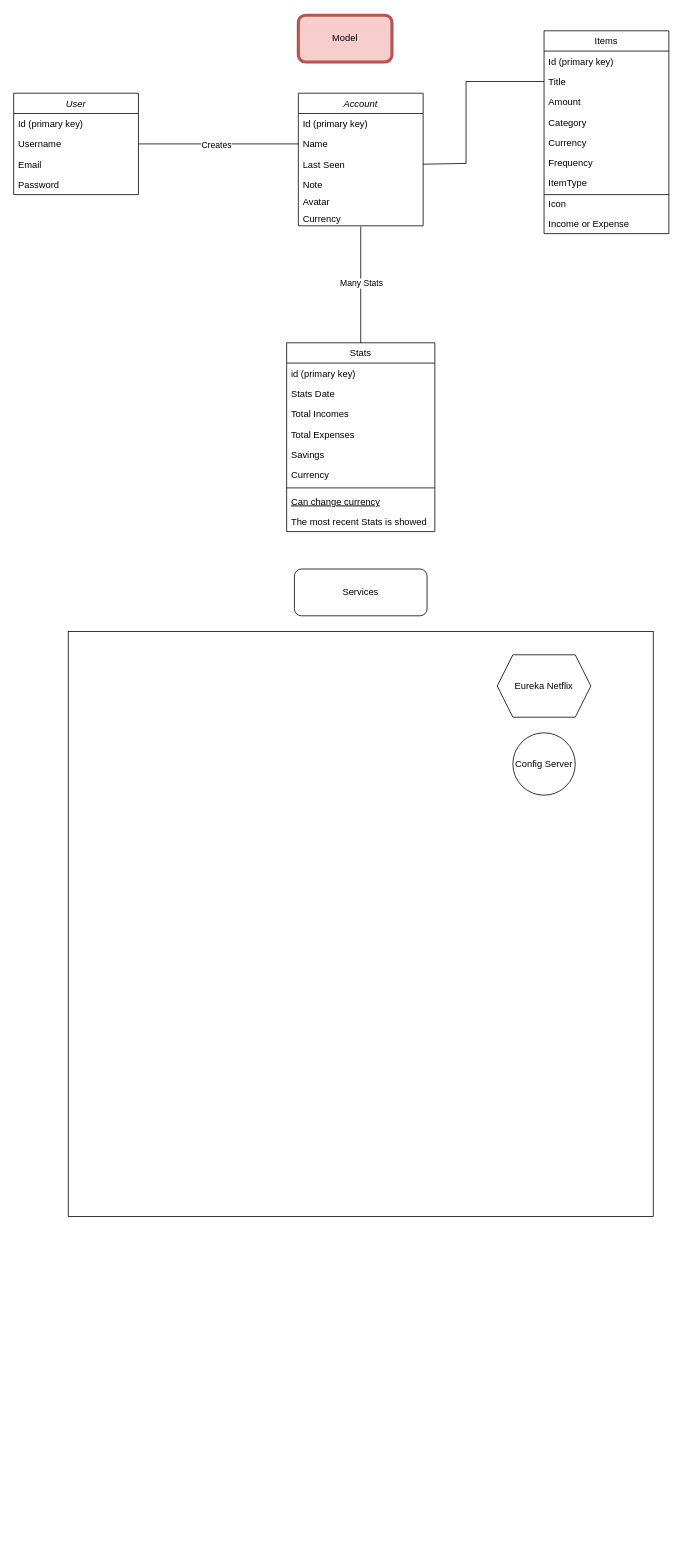
Above: Microdienste.drawio in dmsosa/microservices (draw.io), before the change. Source tidied: cells renumbered, new cells numbered last; positions are measured from the earlier drawing's top-left corner, leaving out a move shared by most shapes. Both pictures are drawn from the tidied source at 78%, with x=0, y=0 at pixel (13, 15).
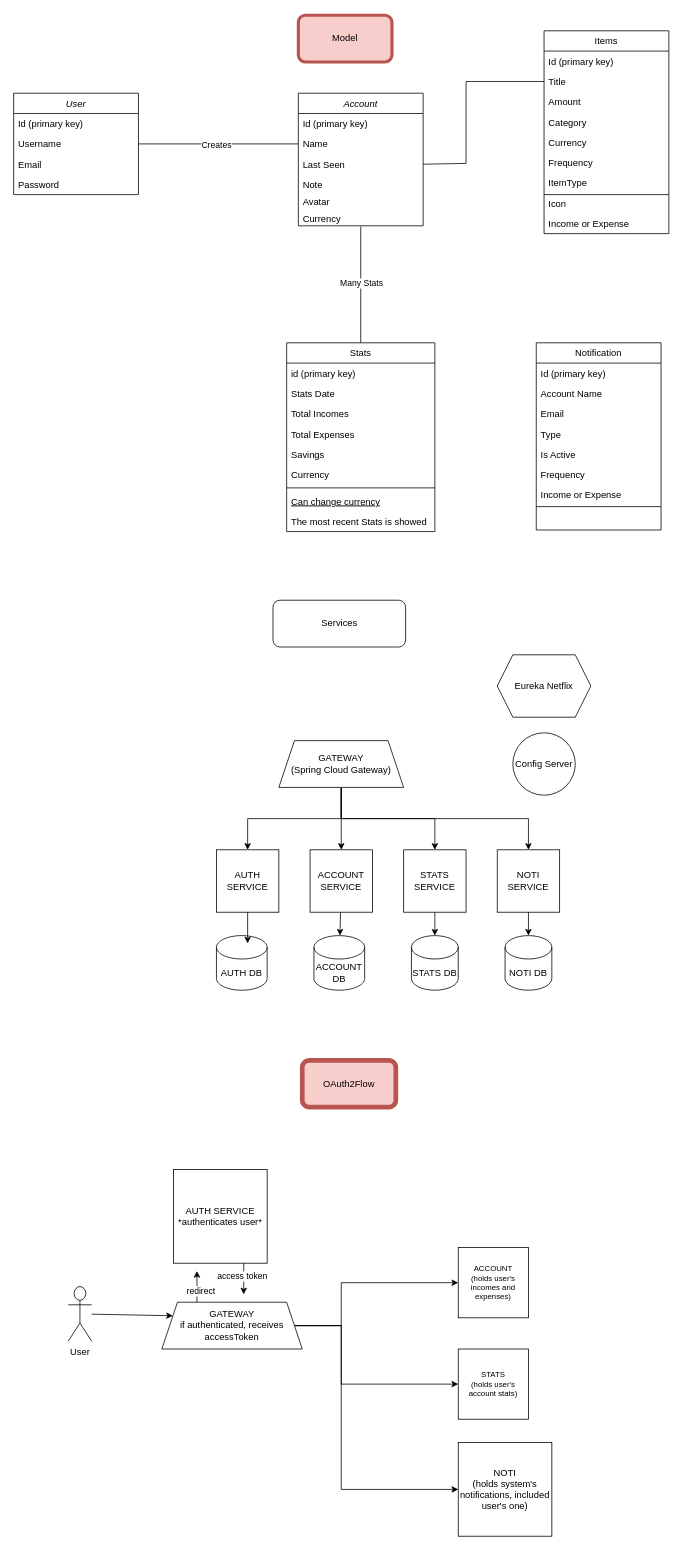
The same diagram, later.

Diff of the diagram source:
```diff
@@
     <mxCell id="41" value="Services" style="rounded=1;whiteSpace=wrap;html=1;" parent="1" vertex="1">
-      <mxGeometry x="360" y="710" width="170" height="60" as="geometry" />
+      <mxGeometry x="332.5" y="750" width="170" height="60" as="geometry" />
     </mxCell>
@@
-    <mxCell id="44" style="whiteSpace=wrap;html=1;fillColor=none;" parent="1" vertex="1">
-      <mxGeometry x="70" y="790" width="750" height="750" as="geometry" />
-    </mxCell>
+    <mxCell id="45" value="STATS SERVICE" style="whiteSpace=wrap;html=1;" parent="1" vertex="1">
+      <mxGeometry x="500" y="1070" width="80" height="80" as="geometry" />
+    </mxCell>
+    <mxCell id="46" style="edgeStyle=none;rounded=0;jettySize=auto;html=1;" parent="1" edge="1" source="47" target="54">
+      <mxGeometry relative="1" as="geometry" />
+    </mxCell>
+    <mxCell id="47" value="ACCOUNT SERVICE" style="whiteSpace=wrap;html=1;" parent="1" vertex="1">
+      <mxGeometry x="380" y="1070" width="80" height="80" as="geometry" />
+    </mxCell>
+    <mxCell id="48" value="NOTI&lt;div&gt;SERVICE&lt;/div&gt;" style="whiteSpace=wrap;html=1;" parent="1" vertex="1">
+      <mxGeometry x="620" y="1070" width="80" height="80" as="geometry" />
+    </mxCell>
+    <mxCell id="49" style="edgeStyle=none;rounded=0;jettySize=auto;html=1;exitX=0.5;exitY=1;exitDx=0;exitDy=0;entryX=0.5;entryY=0;entryDx=0;entryDy=0;" parent="1" edge="1" source="53" target="45">
+      <mxGeometry relative="1" as="geometry">
+        <Array as="points">
+          <mxPoint x="420" y="1030" />
+          <mxPoint x="540" y="1030" />
+        </Array>
+      </mxGeometry>
+    </mxCell>
+    <mxCell id="50" style="edgeStyle=none;rounded=0;jettySize=auto;html=1;entryX=0.5;entryY=0;entryDx=0;entryDy=0;" parent="1" edge="1" target="48">
+      <mxGeometry relative="1" as="geometry">
+        <mxPoint x="420" y="990" as="sourcePoint" />
+        <Array as="points">
+          <mxPoint x="420" y="1030" />
+          <mxPoint x="540" y="1030" />
+          <mxPoint x="660" y="1030" />
+        </Array>
+      </mxGeometry>
+    </mxCell>
+    <mxCell id="51" style="edgeStyle=none;rounded=0;jettySize=auto;html=1;entryX=0.5;entryY=0;entryDx=0;entryDy=0;" parent="1" edge="1" source="53" target="47">
+      <mxGeometry relative="1" as="geometry" />
+    </mxCell>
+    <mxCell id="52" style="edgeStyle=none;rounded=0;jettySize=auto;html=1;entryX=0.5;entryY=0;entryDx=0;entryDy=0;" parent="1" edge="1" source="53" target="59">
+      <mxGeometry relative="1" as="geometry">
+        <Array as="points">
+          <mxPoint x="420" y="1030" />
+          <mxPoint x="300" y="1030" />
+        </Array>
+      </mxGeometry>
+    </mxCell>
+    <mxCell id="53" value="GATEWAY&lt;div&gt;(Spring Cloud Gateway)&lt;/div&gt;" style="shape=trapezoid;perimeter=trapezoidPerimeter;whiteSpace=wrap;html=1;fixedSize=1;" parent="1" vertex="1">
+      <mxGeometry x="340" y="930" width="160" height="60" as="geometry" />
+    </mxCell>
+    <mxCell id="54" value="ACCOUNT DB" style="shape=cylinder3;whiteSpace=wrap;html=1;boundedLbl=1;backgroundOutline=1;size=15;" parent="1" vertex="1">
+      <mxGeometry x="385" y="1180" width="65" height="70" as="geometry" />
+    </mxCell>
+    <mxCell id="55" value="STATS DB" style="shape=cylinder3;whiteSpace=wrap;html=1;boundedLbl=1;backgroundOutline=1;size=15;" parent="1" vertex="1">
+      <mxGeometry x="510" y="1180" width="60" height="70" as="geometry" />
+    </mxCell>
+    <mxCell id="56" value="NOTI DB" style="shape=cylinder3;whiteSpace=wrap;html=1;boundedLbl=1;backgroundOutline=1;size=15;" parent="1" vertex="1">
+      <mxGeometry x="630" y="1180" width="60" height="70" as="geometry" />
+    </mxCell>
+    <mxCell id="57" style="edgeStyle=none;rounded=0;jettySize=auto;html=1;exitX=0.5;exitY=1;exitDx=0;exitDy=0;entryX=0.5;entryY=0;entryDx=0;entryDy=0;entryPerimeter=0;" parent="1" edge="1" source="45" target="55">
+      <mxGeometry relative="1" as="geometry" />
+    </mxCell>
+    <mxCell id="58" style="edgeStyle=none;rounded=0;jettySize=auto;html=1;exitX=0.5;exitY=1;exitDx=0;exitDy=0;entryX=0.5;entryY=0;entryDx=0;entryDy=0;entryPerimeter=0;" parent="1" edge="1" source="48" target="56">
+      <mxGeometry relative="1" as="geometry" />
+    </mxCell>
+    <mxCell id="59" value="AUTH SERVICE" style="whiteSpace=wrap;html=1;" parent="1" vertex="1">
+      <mxGeometry x="260" y="1070" width="80" height="80" as="geometry" />
+    </mxCell>
+    <mxCell id="60" value="AUTH DB" style="shape=cylinder3;whiteSpace=wrap;html=1;boundedLbl=1;backgroundOutline=1;size=15;" parent="1" vertex="1">
+      <mxGeometry x="260" y="1180" width="65" height="70" as="geometry" />
+    </mxCell>
+    <mxCell id="61" style="edgeStyle=none;rounded=0;jettySize=auto;html=1;entryX=0.615;entryY=0.143;entryDx=0;entryDy=0;entryPerimeter=0;" parent="1" edge="1" source="59" target="60">
+      <mxGeometry relative="1" as="geometry" />
+    </mxCell>
+    <mxCell id="62" value="OAuth2Flow" style="rounded=1;whiteSpace=wrap;html=1;fillColor=#f8cecc;strokeColor=#b85450;strokeWidth=6;" parent="1" vertex="1">
+      <mxGeometry x="370" y="1340" width="120" height="60" as="geometry" />
+    </mxCell>
+    <mxCell id="63" style="edgeStyle=none;rounded=0;jettySize=auto;html=1;entryX=0;entryY=0.25;entryDx=0;entryDy=0;" parent="1" edge="1" source="64" target="70">
+      <mxGeometry relative="1" as="geometry" />
+    </mxCell>
+    <mxCell id="64" value="User" style="shape=umlActor;verticalLabelPosition=bottom;verticalAlign=top;html=1;outlineConnect=0;" parent="1" vertex="1">
+      <mxGeometry x="70" y="1630" width="30" height="70" as="geometry" />
+    </mxCell>
+    <mxCell id="65" style="edgeStyle=none;rounded=0;jettySize=auto;html=1;exitX=0.25;exitY=0;exitDx=0;exitDy=0;" parent="1" edge="1" source="70">
+      <mxGeometry relative="1" as="geometry">
+        <mxPoint x="235" y="1610" as="targetPoint" />
+      </mxGeometry>
+    </mxCell>
+    <mxCell id="66" value="redirect" style="edgeLabel;html=1;align=center;verticalAlign=middle;" parent="65" vertex="1">
+      <mxGeometry x="-0.23" y="-4" relative="1" as="geometry" />
+    </mxCell>
+    <mxCell id="67" style="edgeStyle=none;rounded=0;jettySize=auto;html=1;exitX=1;exitY=0.5;exitDx=0;exitDy=0;entryX=0;entryY=0.5;entryDx=0;entryDy=0;" parent="1" edge="1" source="70" target="71">
+      <mxGeometry relative="1" as="geometry">
+        <Array as="points">
+          <mxPoint x="420" y="1680" />
+          <mxPoint x="420" y="1625" />
+        </Array>
+      </mxGeometry>
+    </mxCell>
+    <mxCell id="68" style="edgeStyle=none;rounded=0;jettySize=auto;html=1;exitX=1;exitY=0.5;exitDx=0;exitDy=0;entryX=0;entryY=0.5;entryDx=0;entryDy=0;" parent="1" edge="1" source="70" target="73">
+      <mxGeometry relative="1" as="geometry">
+        <Array as="points">
+          <mxPoint x="420" y="1680" />
+          <mxPoint x="420" y="1755" />
+        </Array>
+      </mxGeometry>
+    </mxCell>
+    <mxCell id="69" style="edgeStyle=none;rounded=0;jettySize=auto;html=1;exitX=1;exitY=0.5;exitDx=0;exitDy=0;entryX=0;entryY=0.5;entryDx=0;entryDy=0;" parent="1" edge="1" source="70" target="74">
+      <mxGeometry relative="1" as="geometry">
+        <Array as="points">
+          <mxPoint x="420" y="1680" />
+          <mxPoint x="420" y="1790" />
+          <mxPoint x="420" y="1890" />
+        </Array>
+      </mxGeometry>
+    </mxCell>
+    <mxCell id="70" value="GATEWAY&lt;div&gt;if authenticated, receives accessToken&lt;/div&gt;" style="shape=trapezoid;perimeter=trapezoidPerimeter;whiteSpace=wrap;html=1;fixedSize=1;" parent="1" vertex="1">
+      <mxGeometry x="190" y="1650" width="180" height="60" as="geometry" />
+    </mxCell>
+    <mxCell id="71" value="ACCOUNT&lt;div style=&quot;font-size: 10px;&quot;&gt;(holds user's incomes and expenses)&lt;/div&gt;" style="whiteSpace=wrap;html=1;fontSize=10;" parent="1" vertex="1">
+      <mxGeometry x="570" y="1580" width="90" height="90" as="geometry" />
+    </mxCell>
+    <mxCell id="72" style="edgeStyle=none;rounded=0;orthogonalLoop=1;jettySize=auto;html=1;exitX=1;exitY=1;exitDx=0;exitDy=0;" parent="1" edge="1" source="71" target="71">
+      <mxGeometry relative="1" as="geometry" />
+    </mxCell>
+    <mxCell id="73" value="STATS&lt;div style=&quot;font-size: 10px;&quot;&gt;(holds user's account stats)&lt;/div&gt;" style="whiteSpace=wrap;html=1;fontSize=10;" parent="1" vertex="1">
+      <mxGeometry x="570" y="1710" width="90" height="90" as="geometry" />
+    </mxCell>
+    <mxCell id="74" value="NOTI&lt;div&gt;(holds system's notifications, included user's one)&lt;/div&gt;" style="whiteSpace=wrap;html=1;" parent="1" vertex="1">
+      <mxGeometry x="570" y="1830" width="120" height="120" as="geometry" />
+    </mxCell>
+    <mxCell id="75" style="edgeStyle=none;rounded=0;jettySize=auto;html=1;exitX=0.75;exitY=1;exitDx=0;exitDy=0;" parent="1" edge="1" source="77">
+      <mxGeometry relative="1" as="geometry">
+        <mxPoint x="295" y="1640" as="targetPoint" />
+      </mxGeometry>
+    </mxCell>
+    <mxCell id="76" value="access token" style="edgeLabel;html=1;align=center;verticalAlign=middle;" parent="75" vertex="1">
+      <mxGeometry x="-0.22" y="-3" relative="1" as="geometry" />
+    </mxCell>
+    <mxCell id="77" value="AUTH SERVICE&lt;div&gt;*authenticates user*&lt;/div&gt;" style="whiteSpace=wrap;html=1;" parent="1" vertex="1">
+      <mxGeometry x="205" y="1480" width="120" height="120" as="geometry" />
+    </mxCell>
+    <mxCell id="78" value="Notification" style="swimlane;fontStyle=0;align=center;verticalAlign=top;horizontal=1;startSize=26;rounded=0;shadow=0;strokeWidth=1;" parent="1" vertex="1">
+      <mxGeometry x="670" y="420" width="160" height="240" as="geometry" />
+    </mxCell>
+    <mxCell id="79" value="Id (primary key)" style="text;align=left;verticalAlign=top;spacingLeft=4;spacingRight=4;overflow=hidden;" parent="78" vertex="1">
+      <mxGeometry y="26" width="160" height="26" as="geometry" />
+    </mxCell>
+    <mxCell id="80" value="Account Name" style="text;align=left;verticalAlign=top;spacingLeft=4;spacingRight=4;overflow=hidden;" parent="78" vertex="1">
+      <mxGeometry y="52" width="160" height="26" as="geometry" />
+    </mxCell>
+    <mxCell id="81" value="Email" style="text;align=left;verticalAlign=top;spacingLeft=4;spacingRight=4;overflow=hidden;rounded=0;shadow=0;html=0;" parent="78" vertex="1">
+      <mxGeometry y="78" width="160" height="26" as="geometry" />
+    </mxCell>
+    <mxCell id="82" value="Type" style="text;align=left;verticalAlign=top;spacingLeft=4;spacingRight=4;overflow=hidden;rounded=0;shadow=0;html=0;" parent="78" vertex="1">
+      <mxGeometry y="104" width="160" height="26" as="geometry" />
+    </mxCell>
+    <mxCell id="83" value="Is Active" style="text;align=left;verticalAlign=top;spacingLeft=4;spacingRight=4;overflow=hidden;rounded=0;shadow=0;html=0;" parent="78" vertex="1">
+      <mxGeometry y="130" width="160" height="26" as="geometry" />
+    </mxCell>
+    <mxCell id="84" value="Frequency" style="text;align=left;verticalAlign=top;spacingLeft=4;spacingRight=4;overflow=hidden;rounded=0;shadow=0;html=0;" parent="78" vertex="1">
+      <mxGeometry y="156" width="160" height="26" as="geometry" />
+    </mxCell>
+    <mxCell id="85" style="endArrow=none;html=1;rounded=0;" parent="78" edge="1">
+      <mxGeometry relative="1" as="geometry">
+        <mxPoint y="210" as="sourcePoint" />
+        <mxPoint x="160" y="210" as="targetPoint" />
+      </mxGeometry>
+    </mxCell>
+    <mxCell id="86" value="Income or Expense" style="text;align=left;verticalAlign=top;spacingLeft=4;spacingRight=4;overflow=hidden;rounded=0;shadow=0;html=0;" parent="78" vertex="1">
+      <mxGeometry y="182" width="160" height="26" as="geometry" />
+    </mxCell>
```
